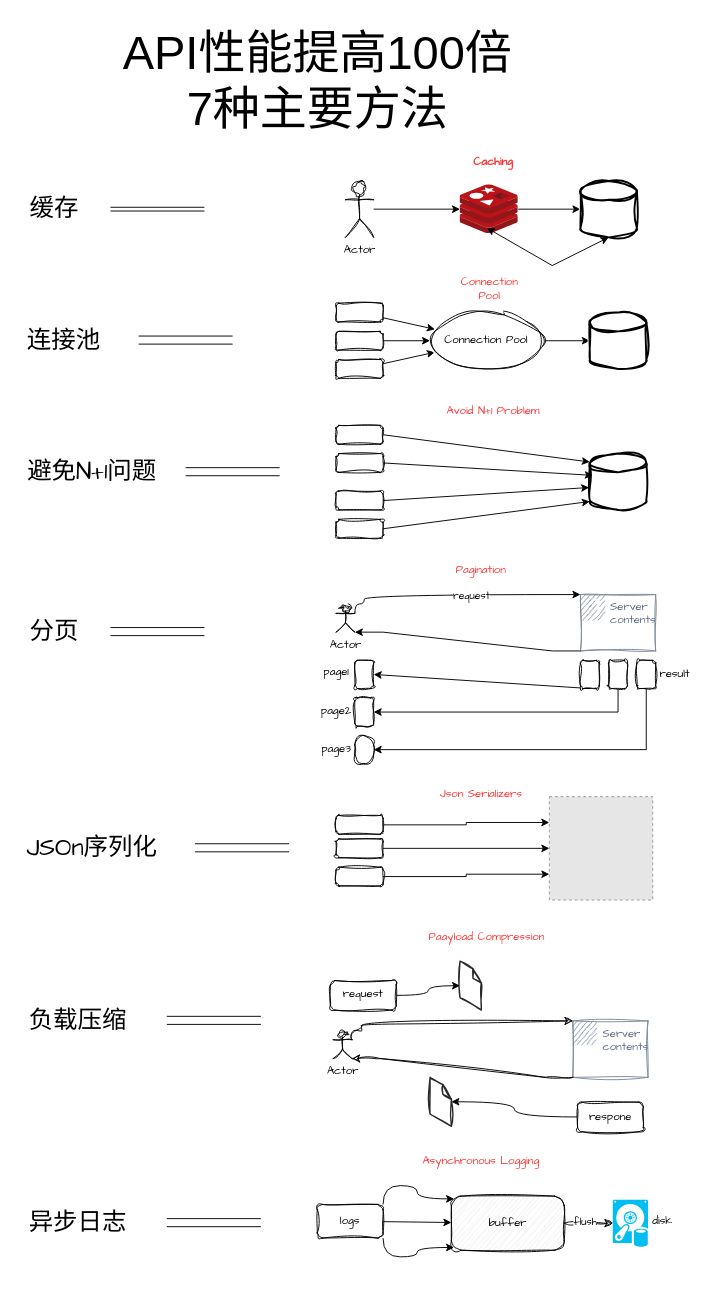
Earlier version of the draw.io diagram image-text/API性能提升100倍_7种主要方法.drawio (Rodert/javapub_oss). Source tidied: cells renumbered, new cells numbered last; positions are measured from the earlier drawing's top-left corner, leaving out a move shared by most shapes. Both pictures are drawn from the tidied source at 94%, with x=0, y=0 at pixel (16, 16). Pictures stored in the file or linked from it are replaced by grey dashed boxes.
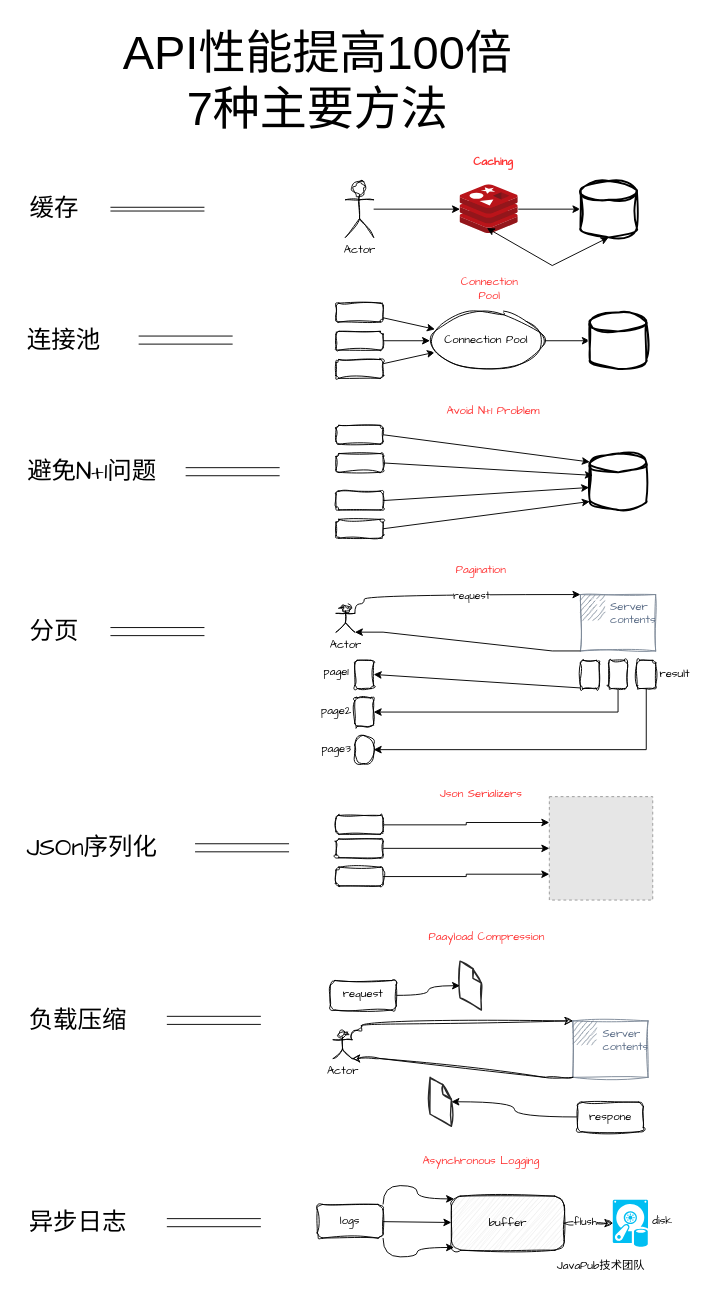
The same diagram, later.

Commit message:
更新API性能提升100倍_7种主要方法.drawio

The edit, as a diff of the source:
```diff
@@
+    <mxCell id="92" value="JavaPub技术团队" style="text;html=1;align=center;verticalAlign=middle;whiteSpace=wrap;rounded=0;fontFamily=Architects Daughter;" parent="1" vertex="1">
+      <mxGeometry x="526.9" y="1315" width="190" height="30" as="geometry" />
+    </mxCell>
```
